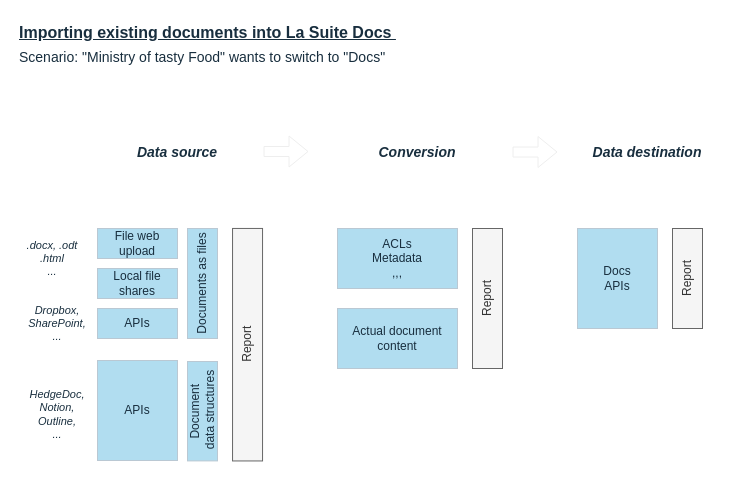
Earlier version of the draw.io diagram assets/lasuite-docs-migration-big-picture.drawio (docspec-hackathon/documentation). Source tidied: cells renumbered, new cells numbered last; positions are measured from the earlier drawing's top-left corner, leaving out a move shared by most shapes. Both pictures are drawn from the tidied source at 100%, with x=0, y=0 at pixel (17, 17).
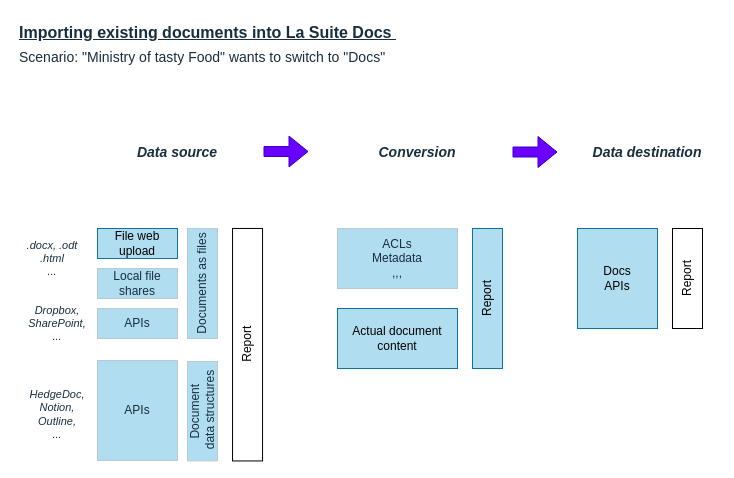
Above is the later version.

Diff of the diagram source:
```diff
@@
-    <mxCell id="7" value="Actual document content" style="rounded=0;whiteSpace=wrap;html=1;align=center;labelBackgroundColor=none;fillColor=#B1DDF0;strokeColor=#BAC8D3;fontColor=#182E3E;" parent="1" vertex="1">
+    <mxCell id="7" value="Actual document content" style="rounded=0;whiteSpace=wrap;html=1;align=center;labelBackgroundColor=none;fillColor=#b1ddf0;strokeColor=#10739e;" parent="1" vertex="1">
       <mxGeometry x="320" y="291" width="120" height="60" as="geometry" />
     </mxCell>
@@
-    <mxCell id="9" value="Report" style="rounded=0;whiteSpace=wrap;html=1;align=center;rotation=-90;fillColor=#f5f5f5;fontColor=#333333;strokeColor=#666666;labelBackgroundColor=none;" parent="1" vertex="1">
+    <mxCell id="9" value="Report" style="rounded=0;whiteSpace=wrap;html=1;align=center;rotation=-90;labelBackgroundColor=none;fillColor=#b1ddf0;strokeColor=#10739e;" parent="1" vertex="1">
       <mxGeometry x="400" y="266" width="140" height="30" as="geometry" />
     </mxCell>
@@
-    <mxCell id="15" value="Docs &lt;br&gt;APIs" style="rounded=0;whiteSpace=wrap;html=1;labelBackgroundColor=none;fillColor=#B1DDF0;strokeColor=#BAC8D3;fontColor=#182E3E;" parent="1" vertex="1">
+    <mxCell id="15" value="Docs &lt;br&gt;APIs" style="rounded=0;whiteSpace=wrap;html=1;labelBackgroundColor=none;fillColor=#b1ddf0;strokeColor=#10739e;" parent="1" vertex="1">
       <mxGeometry x="560" y="211" width="80" height="100" as="geometry" />
     </mxCell>
-    <mxCell id="16" style="shape=flexArrow;endArrow=classic;html=1;rounded=0;exitX=1;exitY=0;exitDx=0;exitDy=0;labelBackgroundColor=none;strokeColor=#EEEEEE;fontColor=default;" parent="1" edge="1">
+    <mxCell id="16" style="shape=flexArrow;endArrow=classic;html=1;rounded=0;exitX=1;exitY=0;exitDx=0;exitDy=0;labelBackgroundColor=none;strokeColor=#3700CC;fontColor=default;fillColor=#6a00ff;" parent="1" edge="1">
       <mxGeometry relative="1" as="geometry">
         <mxPoint x="246" y="134" as="sourcePoint" />
         <mxPoint x="291" y="134" as="targetPoint" />
       </mxGeometry>
     </mxCell>
-    <mxCell id="17" style="shape=flexArrow;endArrow=classic;html=1;rounded=0;exitX=1;exitY=0;exitDx=0;exitDy=0;labelBackgroundColor=none;strokeColor=#EEEEEE;fontColor=default;" parent="1" edge="1">
+    <mxCell id="17" style="shape=flexArrow;endArrow=classic;html=1;rounded=0;exitX=1;exitY=0;exitDx=0;exitDy=0;labelBackgroundColor=none;strokeColor=#3700CC;fontColor=default;fillColor=#6a00ff;" parent="1" edge="1">
       <mxGeometry relative="1" as="geometry">
         <mxPoint x="495" y="134.5" as="sourcePoint" />
         <mxPoint x="540" y="134.5" as="targetPoint" />
       </mxGeometry>
     </mxCell>
-    <mxCell id="18" value="Report" style="rounded=0;whiteSpace=wrap;html=1;align=center;rotation=-90;fillColor=#f5f5f5;fontColor=#333333;strokeColor=#666666;labelBackgroundColor=none;" parent="1" vertex="1">
+    <mxCell id="18" value="Report" style="rounded=0;whiteSpace=wrap;html=1;align=center;rotation=-90;labelBackgroundColor=none;" parent="1" vertex="1">
       <mxGeometry x="113.8" y="312.2" width="232.5" height="30" as="geometry" />
     </mxCell>
-    <mxCell id="19" value="Report" style="rounded=0;whiteSpace=wrap;html=1;align=center;rotation=-90;fillColor=#f5f5f5;fontColor=#333333;strokeColor=#666666;labelBackgroundColor=none;" parent="1" vertex="1">
+    <mxCell id="19" value="Report" style="rounded=0;whiteSpace=wrap;html=1;align=center;rotation=-90;labelBackgroundColor=none;" parent="1" vertex="1">
       <mxGeometry x="620" y="246" width="100" height="30" as="geometry" />
     </mxCell>
-    <mxCell id="20" value="&lt;div&gt;File web upload&lt;/div&gt;" style="rounded=0;whiteSpace=wrap;html=1;align=center;labelBackgroundColor=none;fillColor=#B1DDF0;strokeColor=#BAC8D3;fontColor=#182E3E;" parent="1" vertex="1">
+    <mxCell id="20" value="&lt;div&gt;File web upload&lt;/div&gt;" style="rounded=0;whiteSpace=wrap;html=1;align=center;labelBackgroundColor=none;fillColor=#b1ddf0;strokeColor=#10739e;" parent="1" vertex="1">
       <mxGeometry x="80" y="211" width="80" height="30" as="geometry" />
     </mxCell>
```
